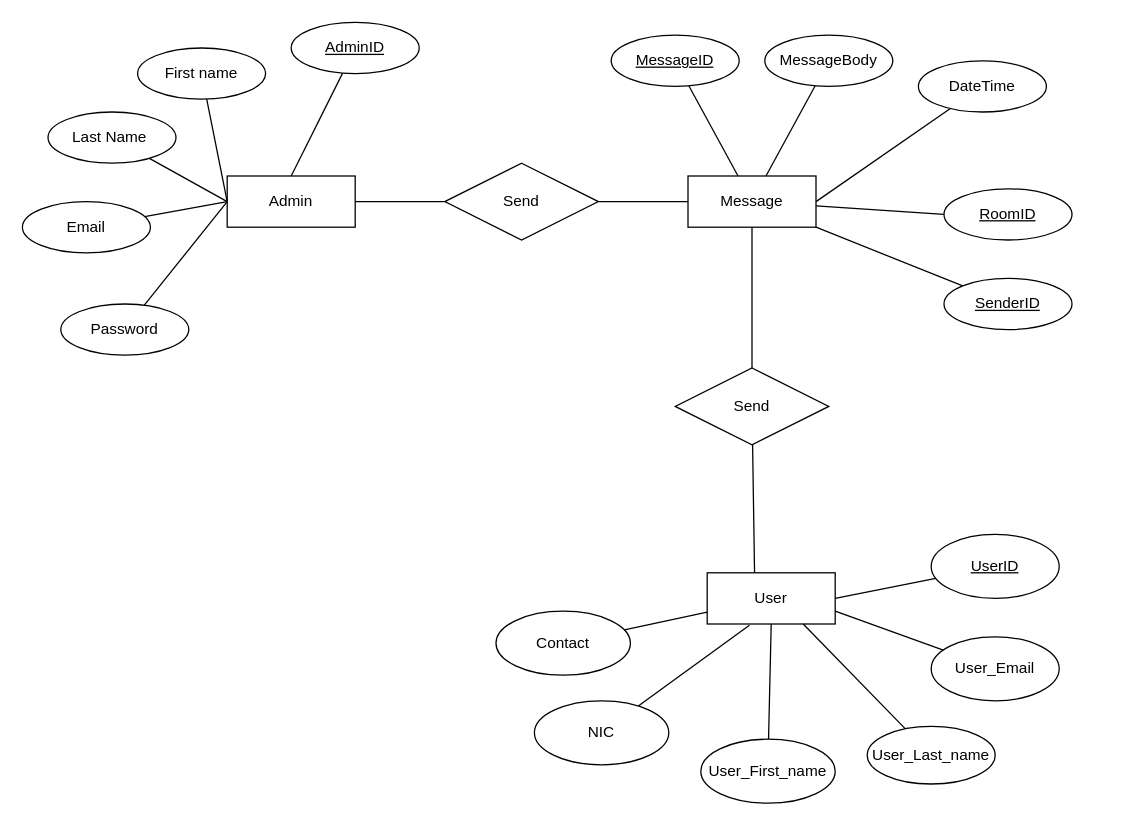
Above: Diagram/er.drawio in LalinduWenasara/Hotel-Management-System-api (draw.io), before the change. Source tidied: cells renumbered, new cells numbered last; positions are measured from the earlier drawing's top-left corner, leaving out a move shared by most shapes. Both pictures are drawn from the tidied source at 128%, with x=0, y=0 at pixel (22, 22).
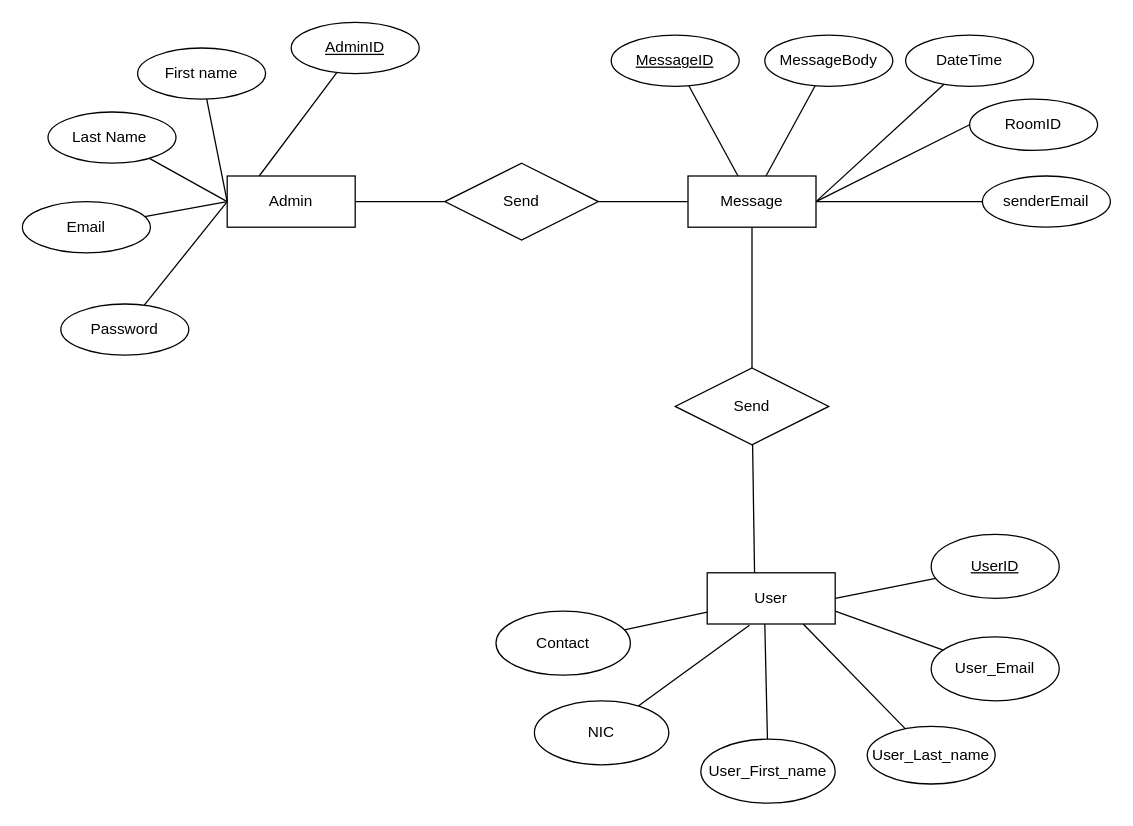
The same diagram, later.

Unchanged cells that the change refers to:
```xml
<mxCell id="3" value="Admin" style="whiteSpace=wrap;html=1;align=center;" parent="1" vertex="1">
  <mxGeometry x="160" y="120" width="100" height="40" as="geometry" />
</mxCell>
<mxCell id="5" value="AdminID" style="ellipse;whiteSpace=wrap;html=1;align=center;fontStyle=4;" parent="1" vertex="1">
  <mxGeometry x="210" width="100" height="40" as="geometry" />
</mxCell>
<mxCell id="16" value="Message" style="whiteSpace=wrap;html=1;align=center;" parent="1" vertex="1">
  <mxGeometry x="520" y="120" width="100" height="40" as="geometry" />
</mxCell>
<mxCell id="24" value="User" style="whiteSpace=wrap;html=1;align=center;" parent="1" vertex="1">
  <mxGeometry x="535" y="430" width="100" height="40" as="geometry" />
</mxCell>
<mxCell id="30" value="User_First_name" style="ellipse;whiteSpace=wrap;html=1;align=center;" parent="1" vertex="1">
  <mxGeometry x="530" y="560" width="105" height="50" as="geometry" />
</mxCell>
```

Change to the diagram source:
```diff
@@
-    <mxCell id="4" style="edgeStyle=none;rounded=0;jettySize=auto;html=1;entryX=0.5;entryY=0;entryDx=0;entryDy=0;endArrow=none;endFill=0;" parent="1" edge="1" source="5" target="3">
+    <mxCell id="4" style="edgeStyle=none;rounded=0;jettySize=auto;html=1;entryX=0.25;entryY=0;entryDx=0;entryDy=0;endArrow=none;endFill=0;" parent="1" edge="1" source="5" target="3">
       <mxGeometry relative="1" as="geometry" />
     </mxCell>
@@
-    <mxCell id="14" style="edgeStyle=none;rounded=0;jettySize=auto;html=1;entryX=0;entryY=0.5;entryDx=0;entryDy=0;endArrow=none;endFill=0;" parent="1" edge="1" source="16" target="26">
+    <mxCell id="14" style="edgeStyle=none;rounded=0;jettySize=auto;html=1;entryX=0;entryY=0.5;entryDx=0;entryDy=0;endArrow=none;endFill=0;exitX=1;exitY=0.5;exitDx=0;exitDy=0;" parent="1" edge="1" source="16" target="26">
       <mxGeometry relative="1" as="geometry" />
     </mxCell>
-    <mxCell id="15" style="edgeStyle=none;rounded=0;jettySize=auto;html=1;endArrow=none;endFill=0;" parent="1" edge="1" source="16" target="25">
-      <mxGeometry relative="1" as="geometry" />
+    <mxCell id="15" style="edgeStyle=none;rounded=0;jettySize=auto;html=1;endArrow=none;endFill=0;" parent="1" edge="1" source="16">
+      <mxGeometry relative="1" as="geometry">
+        <mxPoint x="750" y="140" as="targetPoint" />
+      </mxGeometry>
     </mxCell>
@@
     <mxCell id="20" value="DateTime" style="ellipse;whiteSpace=wrap;html=1;align=center;" parent="1" vertex="1">
-      <mxGeometry x="700" y="30" width="100" height="40" as="geometry" />
+      <mxGeometry x="690" y="10" width="100" height="40" as="geometry" />
     </mxCell>
@@
-    <mxCell id="25" value="SenderID" style="ellipse;whiteSpace=wrap;html=1;align=center;fontStyle=4;" parent="1" vertex="1">
-      <mxGeometry x="720" y="200" width="100" height="40" as="geometry" />
-    </mxCell>
-    <mxCell id="26" value="RoomID" style="ellipse;whiteSpace=wrap;html=1;align=center;fontStyle=4;" parent="1" vertex="1">
-      <mxGeometry x="720" y="130" width="100" height="40" as="geometry" />
-    </mxCell>
@@
-    <mxCell id="29" style="edgeStyle=none;rounded=0;jettySize=auto;html=1;entryX=0.5;entryY=1;entryDx=0;entryDy=0;endArrow=none;endFill=0;" parent="1" edge="1" source="30" target="24">
-      <mxGeometry relative="1" as="geometry" />
+    <mxCell id="29" style="edgeStyle=none;rounded=0;jettySize=auto;html=1;endArrow=none;endFill=0;" parent="1" edge="1" source="30">
+      <mxGeometry relative="1" as="geometry">
+        <mxPoint x="580" y="470" as="targetPoint" />
+      </mxGeometry>
     </mxCell>
@@
+    <mxCell id="26" value="RoomID" style="ellipse;whiteSpace=wrap;html=1;align=center;" parent="1" vertex="1">
+      <mxGeometry x="740" y="60" width="100" height="40" as="geometry" />
+    </mxCell>
+    <mxCell id="43" value="senderEmail" style="ellipse;whiteSpace=wrap;html=1;align=center;" parent="1" vertex="1">
+      <mxGeometry x="750" y="120" width="100" height="40" as="geometry" />
+    </mxCell>
```
